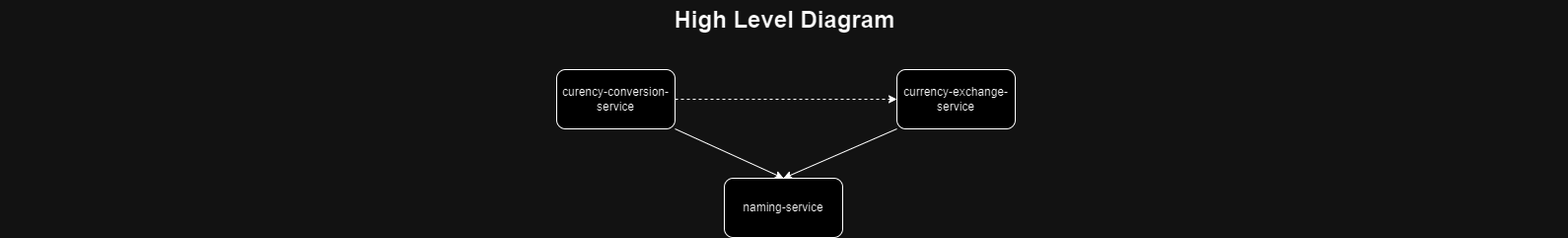
LeonardoReyesEndava/currency-exchange-service keeps this draw.io diagram as docs/diagrams/ExchangeService.png. Above is the earlier version. Source tidied: cells renumbered, new cells last; positions are measured from the earlier drawing's top-left corner, leaving out a move shared by most shapes. Its diagram source:
```xml
<mxGraphModel>
  <root>
    <mxCell id="0" style="html=1;" />
    <mxCell id="1" style="html=1;" parent="0" />
    <mxCell id="2" value="High Level Diagram" style="text;strokeColor=none;fillColor=none;html=1;fontSize=24;fontStyle=1;verticalAlign=middle;align=center;" parent="1" vertex="1">
      <mxGeometry width="1590" height="40" as="geometry" />
    </mxCell>
    <mxCell id="3" value="currency-exchange-service" style="rounded=1;whiteSpace=wrap;html=1;" parent="1" vertex="1">
      <mxGeometry x="909" y="70" width="120" height="60" as="geometry" />
    </mxCell>
    <mxCell id="4" value="naming-service" style="rounded=1;whiteSpace=wrap;html=1;" parent="1" vertex="1">
      <mxGeometry x="734" y="180" width="120" height="60" as="geometry" />
    </mxCell>
    <mxCell id="5" style="edgeStyle=orthogonalEdgeStyle;rounded=0;jettySize=auto;html=1;entryX=0;entryY=0.5;entryDx=0;entryDy=0;dashed=1;" parent="1" edge="1" source="6" target="3">
      <mxGeometry relative="1" as="geometry" />
    </mxCell>
    <mxCell id="6" value="curency-conversion-service" style="rounded=1;whiteSpace=wrap;html=1;" parent="1" vertex="1">
      <mxGeometry x="564" y="70" width="120" height="60" as="geometry" />
    </mxCell>
    <mxCell id="7" style="endArrow=classic;html=1;rounded=0;exitX=1;exitY=1;exitDx=0;exitDy=0;entryX=0.5;entryY=0;entryDx=0;entryDy=0;" parent="1" edge="1" source="6" target="4">
      <mxGeometry relative="1" as="geometry" />
    </mxCell>
    <mxCell id="8" style="endArrow=classic;html=1;rounded=0;exitX=0;exitY=1;exitDx=0;exitDy=0;entryX=0.5;entryY=0;entryDx=0;entryDy=0;" parent="1" edge="1" source="3" target="4">
      <mxGeometry relative="1" as="geometry" />
    </mxCell>
  </root>
</mxGraphModel>
```
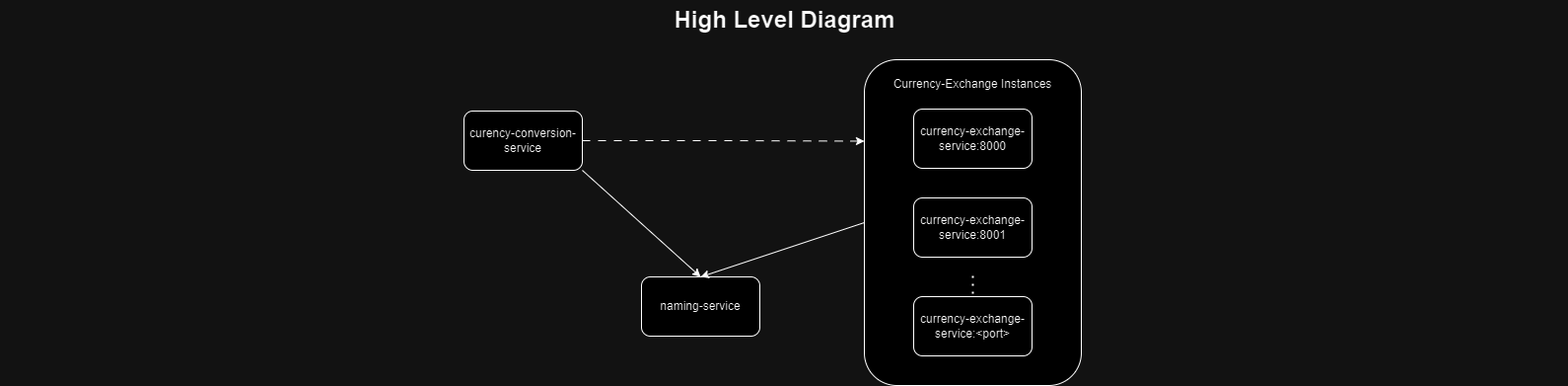
After the change.

Commit message:
Rename application name in the properties file and update diagram

Change to the diagram source:
```diff
@@ -2,26 +2,46 @@
   <root>
     <mxCell id="0" style="html=1;" />
     <mxCell id="1" style="html=1;" parent="0" />
+    <mxCell id="9" style="rounded=1;whiteSpace=wrap;html=1;" parent="1" vertex="1">
+      <mxGeometry x="896" y="40" width="220" height="330" as="geometry" />
+    </mxCell>
     <mxCell id="2" value="High Level Diagram" style="text;strokeColor=none;fillColor=none;html=1;fontSize=24;fontStyle=1;verticalAlign=middle;align=center;" parent="1" vertex="1">
-      <mxGeometry width="1590" height="40" as="geometry" />
+      <mxGeometry x="20" y="-20" width="1590" height="40" as="geometry" />
     </mxCell>
-    <mxCell id="3" value="currency-exchange-service" style="rounded=1;whiteSpace=wrap;html=1;" parent="1" vertex="1">
-      <mxGeometry x="909" y="70" width="120" height="60" as="geometry" />
+    <mxCell id="3" value="currency-exchange-service:8000" style="rounded=1;whiteSpace=wrap;html=1;" parent="1" vertex="1">
+      <mxGeometry x="946" y="90" width="120" height="60" as="geometry" />
     </mxCell>
     <mxCell id="4" value="naming-service" style="rounded=1;whiteSpace=wrap;html=1;" parent="1" vertex="1">
-      <mxGeometry x="734" y="180" width="120" height="60" as="geometry" />
+      <mxGeometry x="670" y="260" width="120" height="60" as="geometry" />
     </mxCell>
-    <mxCell id="5" style="edgeStyle=orthogonalEdgeStyle;rounded=0;jettySize=auto;html=1;entryX=0;entryY=0.5;entryDx=0;entryDy=0;dashed=1;" parent="1" edge="1" source="6" target="3">
-      <mxGeometry relative="1" as="geometry" />
-    </mxCell>
+    <mxCell id="10" style="edgeStyle=orthogonalEdgeStyle;rounded=0;jettySize=auto;html=1;entryX=0;entryY=0.25;entryDx=0;entryDy=0;dashed=1;dashPattern=8 8;" parent="1" edge="1" source="6" target="9">
+      <mxGeometry relative="1" as="geometry" />
+    </mxCell>
     <mxCell id="6" value="curency-conversion-service" style="rounded=1;whiteSpace=wrap;html=1;" parent="1" vertex="1">
-      <mxGeometry x="564" y="70" width="120" height="60" as="geometry" />
+      <mxGeometry x="490" y="92" width="120" height="60" as="geometry" />
     </mxCell>
     <mxCell id="7" style="endArrow=classic;html=1;rounded=0;exitX=1;exitY=1;exitDx=0;exitDy=0;entryX=0.5;entryY=0;entryDx=0;entryDy=0;" parent="1" edge="1" source="6" target="4">
       <mxGeometry relative="1" as="geometry" />
     </mxCell>
-    <mxCell id="8" style="endArrow=classic;html=1;rounded=0;exitX=0;exitY=1;exitDx=0;exitDy=0;entryX=0.5;entryY=0;entryDx=0;entryDy=0;" parent="1" edge="1" source="3" target="4">
-      <mxGeometry relative="1" as="geometry" />
-    </mxCell>
+    <mxCell id="11" value="currency-exchange-service:8001" style="rounded=1;whiteSpace=wrap;html=1;" parent="1" vertex="1">
+      <mxGeometry x="946" y="180" width="120" height="60" as="geometry" />
+    </mxCell>
+    <mxCell id="12" value="currency-exchange-service:&amp;lt;port&amp;gt;" style="rounded=1;whiteSpace=wrap;html=1;" parent="1" vertex="1">
+      <mxGeometry x="946" y="280" width="120" height="60" as="geometry" />
+    </mxCell>
+    <mxCell id="13" value="Currency-Exchange Instances" style="text;html=1;strokeColor=none;fillColor=none;align=center;verticalAlign=middle;whiteSpace=wrap;rounded=0;" parent="1" vertex="1">
+      <mxGeometry x="921" y="50" width="170" height="30" as="geometry" />
+    </mxCell>
+    <mxCell id="14" style="endArrow=classic;html=1;rounded=0;exitX=0;exitY=0.5;exitDx=0;exitDy=0;" parent="1" edge="1" source="9">
+      <mxGeometry relative="1" as="geometry">
+        <mxPoint x="730" y="260" as="targetPoint" />
+      </mxGeometry>
+    </mxCell>
+    <mxCell id="15" style="endArrow=none;dashed=1;html=1;dashPattern=1 3;strokeWidth=2;rounded=0;exitX=0.5;exitY=0;exitDx=0;exitDy=0;endSize=2;startSize=2;" parent="1" edge="1">
+      <mxGeometry relative="1" as="geometry">
+        <mxPoint x="1006" y="277" as="sourcePoint" />
+        <mxPoint x="1006" y="257" as="targetPoint" />
+      </mxGeometry>
+    </mxCell>
   </root>
 </mxGraphModel>
```
